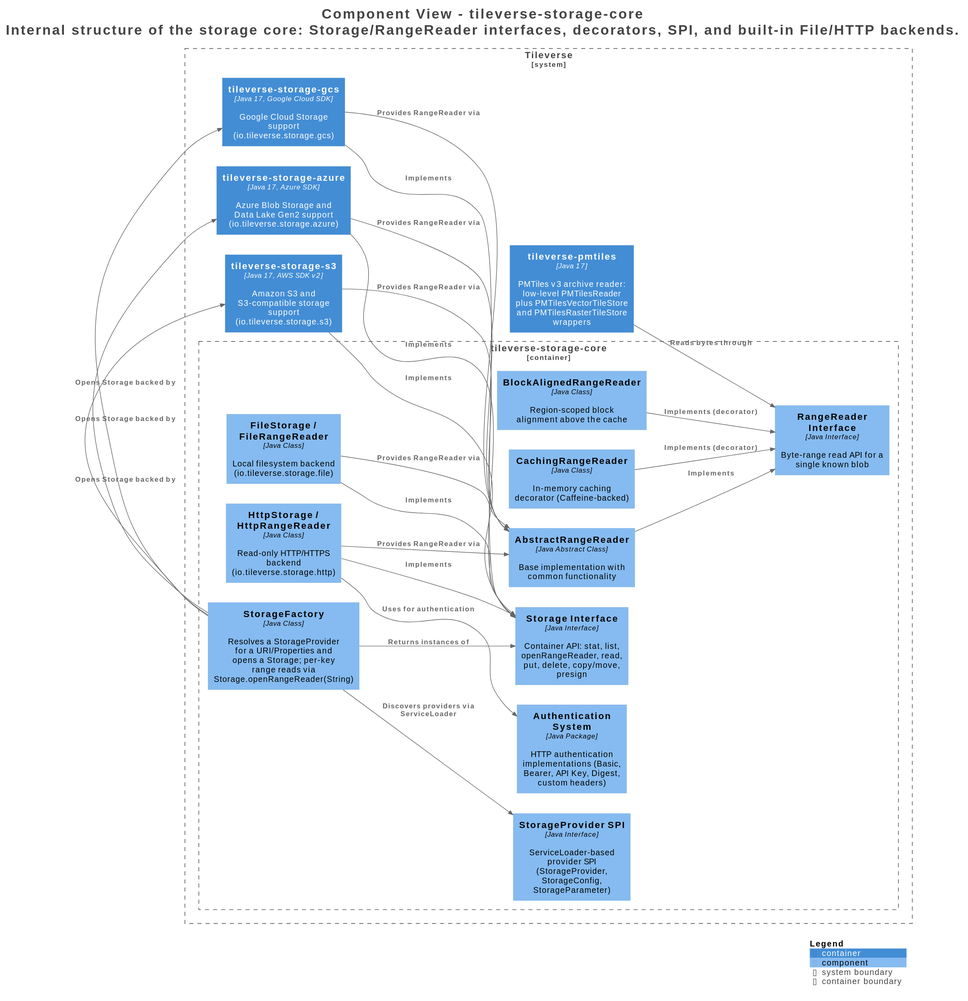
This is assets/images/storage/structurizr-CoreComponents.svg from tileverse-io/tileverse, a PlantUML export, as it was before one commit. Its diagram source:
```plantuml
@startuml
title <size:24>Component View - tileverse-storage-core</size>\n<size:24>Internal structure of the storage core: Storage/RangeReader interfaces, decorators, SPI, and built-in File/HTTP backends.</size>

set separator none
left to right direction

<style>
  root {
    BackgroundColor: #ffffff
    FontColor: #444444
  }
</style>

!include <C4/C4>
!include <C4/C4_Context>
!include <C4/C4_Container>
!include <C4/C4_Component>

System_Boundary("Tileverse_boundary", "Tileverse", $tags="") {
  Container_Boundary("Tileverse.tileversestoragecore_boundary", "tileverse-storage-core", $tags="") {
    Component(Tileverse.tileversestoragecore.StorageInterface, "Storage Interface", $techn="Java Interface", $descr="Container API: stat, list, openRangeReader, read, put, delete, copy/move, presign", $tags="", $link="")
    Component(Tileverse.tileversestoragecore.RangeReaderInterface, "RangeReader Interface", $techn="Java Interface", $descr="Byte-range read API for a single known blob", $tags="", $link="")
    Component(Tileverse.tileversestoragecore.AbstractRangeReader, "AbstractRangeReader", $techn="Java Abstract Class", $descr="Base implementation with common functionality", $tags="", $link="")
    Component(Tileverse.tileversestoragecore.FileStorageFileRangeReader, "FileStorage / FileRangeReader", $techn="Java Class", $descr="Local filesystem backend (io.tileverse.storage.file)", $tags="", $link="")
    Component(Tileverse.tileversestoragecore.HttpStorageHttpRangeReader, "HttpStorage / HttpRangeReader", $techn="Java Class", $descr="Read-only HTTP/HTTPS backend (io.tileverse.storage.http)", $tags="", $link="")
    Component(Tileverse.tileversestoragecore.CachingRangeReader, "CachingRangeReader", $techn="Java Class", $descr="In-memory caching decorator (Caffeine-backed)", $tags="", $link="")
    Component(Tileverse.tileversestoragecore.BlockAlignedRangeReader, "BlockAlignedRangeReader", $techn="Java Class", $descr="Region-scoped block alignment above the cache", $tags="", $link="")
    Component(Tileverse.tileversestoragecore.StorageProviderSPI, "StorageProvider SPI", $techn="Java Interface", $descr="ServiceLoader-based provider SPI (StorageProvider, StorageConfig, StorageParameter)", $tags="", $link="")
    Component(Tileverse.tileversestoragecore.StorageFactory, "StorageFactory", $techn="Java Class", $descr="Resolves a StorageProvider for a URI/Properties and opens a Storage; per-key range reads via Storage.openRangeReader(String)", $tags="", $link="")
    Component(Tileverse.tileversestoragecore.AuthenticationSystem, "Authentication System", $techn="Java Package", $descr="HTTP authentication implementations (Basic, Bearer, API Key, Digest, custom headers)", $tags="", $link="")
  }

  Container(Tileverse.tileversestorages3, "tileverse-storage-s3", $techn="Java 17, AWS SDK v2", $descr="Amazon S3 and S3-compatible storage support (io.tileverse.storage.s3)", $tags="", $link="")
  Container(Tileverse.tileversestorageazure, "tileverse-storage-azure", $techn="Java 17, Azure SDK", $descr="Azure Blob Storage and Data Lake Gen2 support (io.tileverse.storage.azure)", $tags="", $link="")
  Container(Tileverse.tileversestoragegcs, "tileverse-storage-gcs", $techn="Java 17, Google Cloud SDK", $descr="Google Cloud Storage support (io.tileverse.storage.gcs)", $tags="", $link="")
  Container(Tileverse.tileversepmtiles, "tileverse-pmtiles", $techn="Java 17", $descr="PMTiles v3 archive reader: low-level PMTilesReader plus PMTilesVectorTileStore and PMTilesRasterTileStore wrappers", $tags="", $link="")
}

Rel(Tileverse.tileversestorages3, Tileverse.tileversestoragecore.AbstractRangeReader, "Provides RangeReader via", $techn="", $tags="", $link="")
Rel(Tileverse.tileversestorageazure, Tileverse.tileversestoragecore.AbstractRangeReader, "Provides RangeReader via", $techn="", $tags="", $link="")
Rel(Tileverse.tileversestoragegcs, Tileverse.tileversestoragecore.AbstractRangeReader, "Provides RangeReader via", $techn="", $tags="", $link="")
Rel(Tileverse.tileversepmtiles, Tileverse.tileversestoragecore.RangeReaderInterface, "Reads bytes through", $techn="", $tags="", $link="")
Rel(Tileverse.tileversestoragecore.AbstractRangeReader, Tileverse.tileversestoragecore.RangeReaderInterface, "Implements", $techn="", $tags="", $link="")
Rel(Tileverse.tileversestoragecore.FileStorageFileRangeReader, Tileverse.tileversestoragecore.StorageInterface, "Implements", $techn="", $tags="", $link="")
Rel(Tileverse.tileversestoragecore.HttpStorageHttpRangeReader, Tileverse.tileversestoragecore.StorageInterface, "Implements", $techn="", $tags="", $link="")
Rel(Tileverse.tileversestoragecore.FileStorageFileRangeReader, Tileverse.tileversestoragecore.AbstractRangeReader, "Provides RangeReader via", $techn="", $tags="", $link="")
Rel(Tileverse.tileversestoragecore.HttpStorageHttpRangeReader, Tileverse.tileversestoragecore.AbstractRangeReader, "Provides RangeReader via", $techn="", $tags="", $link="")
Rel(Tileverse.tileversestoragecore.CachingRangeReader, Tileverse.tileversestoragecore.RangeReaderInterface, "Implements (decorator)", $techn="", $tags="", $link="")
Rel(Tileverse.tileversestoragecore.BlockAlignedRangeReader, Tileverse.tileversestoragecore.RangeReaderInterface, "Implements (decorator)", $techn="", $tags="", $link="")
Rel(Tileverse.tileversestoragecore.HttpStorageHttpRangeReader, Tileverse.tileversestoragecore.AuthenticationSystem, "Uses for authentication", $techn="", $tags="", $link="")
Rel(Tileverse.tileversestoragecore.StorageFactory, Tileverse.tileversestoragecore.StorageProviderSPI, "Discovers providers via ServiceLoader", $techn="", $tags="", $link="")
Rel(Tileverse.tileversestoragecore.StorageFactory, Tileverse.tileversestoragecore.StorageInterface, "Returns instances of", $techn="", $tags="", $link="")
Rel(Tileverse.tileversestoragecore.StorageFactory, Tileverse.tileversestorages3, "Opens Storage backed by", $techn="", $tags="", $link="")
Rel(Tileverse.tileversestoragecore.StorageFactory, Tileverse.tileversestorageazure, "Opens Storage backed by", $techn="", $tags="", $link="")
Rel(Tileverse.tileversestoragecore.StorageFactory, Tileverse.tileversestoragegcs, "Opens Storage backed by", $techn="", $tags="", $link="")
Rel(Tileverse.tileversestorages3, Tileverse.tileversestoragecore.StorageInterface, "Implements", $techn="", $tags="", $link="")
Rel(Tileverse.tileversestorageazure, Tileverse.tileversestoragecore.StorageInterface, "Implements", $techn="", $tags="", $link="")
Rel(Tileverse.tileversestoragegcs, Tileverse.tileversestoragecore.StorageInterface, "Implements", $techn="", $tags="", $link="")

SHOW_LEGEND(true)
hide stereotypes
@enduml
```
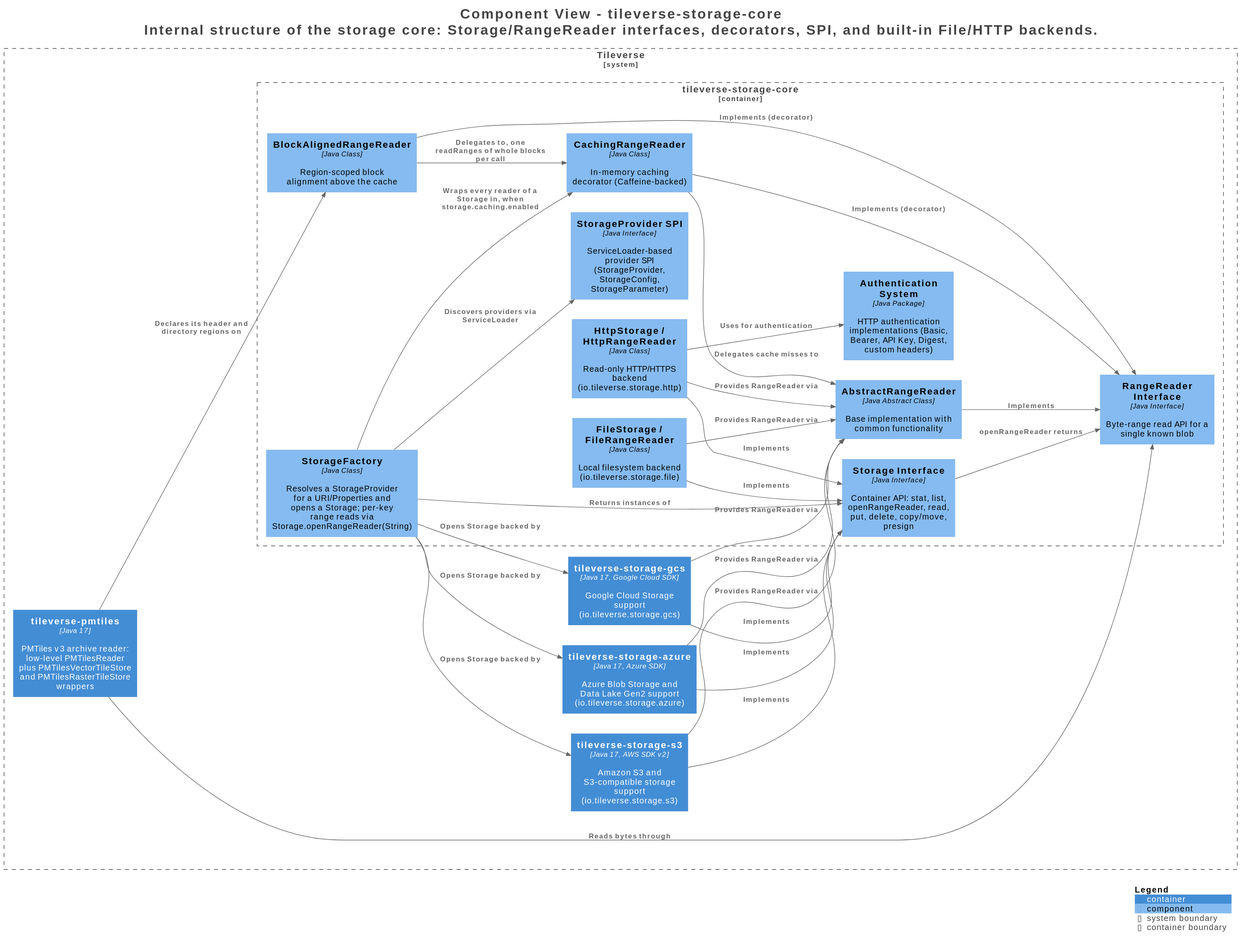
After the commit.

The edit, as a diff of the source:
```diff
@@ -36,10 +36,12 @@
   Container(Tileverse.tileversepmtiles, "tileverse-pmtiles", $techn="Java 17", $descr="PMTiles v3 archive reader: low-level PMTilesReader plus PMTilesVectorTileStore and PMTilesRasterTileStore wrappers", $tags="", $link="")
 }
 
+Rel(Tileverse.tileversestoragegcs, Tileverse.tileversestoragecore.StorageInterface, "Implements", $techn="", $tags="", $link="")
 Rel(Tileverse.tileversestorages3, Tileverse.tileversestoragecore.AbstractRangeReader, "Provides RangeReader via", $techn="", $tags="", $link="")
 Rel(Tileverse.tileversestorageazure, Tileverse.tileversestoragecore.AbstractRangeReader, "Provides RangeReader via", $techn="", $tags="", $link="")
 Rel(Tileverse.tileversestoragegcs, Tileverse.tileversestoragecore.AbstractRangeReader, "Provides RangeReader via", $techn="", $tags="", $link="")
 Rel(Tileverse.tileversepmtiles, Tileverse.tileversestoragecore.RangeReaderInterface, "Reads bytes through", $techn="", $tags="", $link="")
+Rel(Tileverse.tileversepmtiles, Tileverse.tileversestoragecore.BlockAlignedRangeReader, "Declares its header and directory regions on", $techn="", $tags="", $link="")
 Rel(Tileverse.tileversestoragecore.AbstractRangeReader, Tileverse.tileversestoragecore.RangeReaderInterface, "Implements", $techn="", $tags="", $link="")
 Rel(Tileverse.tileversestoragecore.FileStorageFileRangeReader, Tileverse.tileversestoragecore.StorageInterface, "Implements", $techn="", $tags="", $link="")
 Rel(Tileverse.tileversestoragecore.HttpStorageHttpRangeReader, Tileverse.tileversestoragecore.StorageInterface, "Implements", $techn="", $tags="", $link="")
@@ -47,6 +49,10 @@
 Rel(Tileverse.tileversestoragecore.HttpStorageHttpRangeReader, Tileverse.tileversestoragecore.AbstractRangeReader, "Provides RangeReader via", $techn="", $tags="", $link="")
 Rel(Tileverse.tileversestoragecore.CachingRangeReader, Tileverse.tileversestoragecore.RangeReaderInterface, "Implements (decorator)", $techn="", $tags="", $link="")
 Rel(Tileverse.tileversestoragecore.BlockAlignedRangeReader, Tileverse.tileversestoragecore.RangeReaderInterface, "Implements (decorator)", $techn="", $tags="", $link="")
+Rel(Tileverse.tileversestoragecore.BlockAlignedRangeReader, Tileverse.tileversestoragecore.CachingRangeReader, "Delegates to, one readRanges of whole blocks per call", $techn="", $tags="", $link="")
+Rel(Tileverse.tileversestoragecore.CachingRangeReader, Tileverse.tileversestoragecore.AbstractRangeReader, "Delegates cache misses to", $techn="", $tags="", $link="")
+Rel(Tileverse.tileversestoragecore.StorageInterface, Tileverse.tileversestoragecore.RangeReaderInterface, "openRangeReader returns", $techn="", $tags="", $link="")
+Rel(Tileverse.tileversestoragecore.StorageFactory, Tileverse.tileversestoragecore.CachingRangeReader, "Wraps every reader of a Storage in, when storage.caching.enabled", $techn="", $tags="", $link="")
 Rel(Tileverse.tileversestoragecore.HttpStorageHttpRangeReader, Tileverse.tileversestoragecore.AuthenticationSystem, "Uses for authentication", $techn="", $tags="", $link="")
 Rel(Tileverse.tileversestoragecore.StorageFactory, Tileverse.tileversestoragecore.StorageProviderSPI, "Discovers providers via ServiceLoader", $techn="", $tags="", $link="")
 Rel(Tileverse.tileversestoragecore.StorageFactory, Tileverse.tileversestoragecore.StorageInterface, "Returns instances of", $techn="", $tags="", $link="")
@@ -55,7 +61,6 @@
 Rel(Tileverse.tileversestoragecore.StorageFactory, Tileverse.tileversestoragegcs, "Opens Storage backed by", $techn="", $tags="", $link="")
 Rel(Tileverse.tileversestorages3, Tileverse.tileversestoragecore.StorageInterface, "Implements", $techn="", $tags="", $link="")
 Rel(Tileverse.tileversestorageazure, Tileverse.tileversestoragecore.StorageInterface, "Implements", $techn="", $tags="", $link="")
-Rel(Tileverse.tileversestoragegcs, Tileverse.tileversestoragecore.StorageInterface, "Implements", $techn="", $tags="", $link="")
 
 SHOW_LEGEND(true)
 hide stereotypes
```
